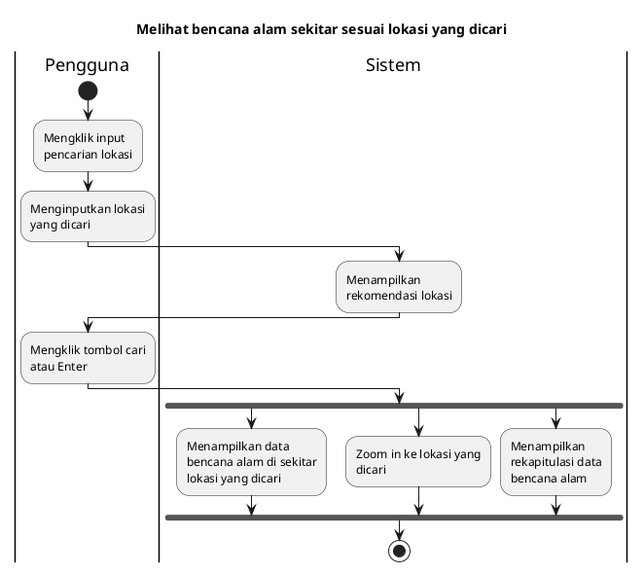
The PlantUML diagram export/Activity Diagrams/UC-MAP - Peta Bencana/UC-MAP-002 - Melihat bencana alam sekitar sesuai lokasi yang dicari.png in bagusNA/appl-diagrams, before a commit.
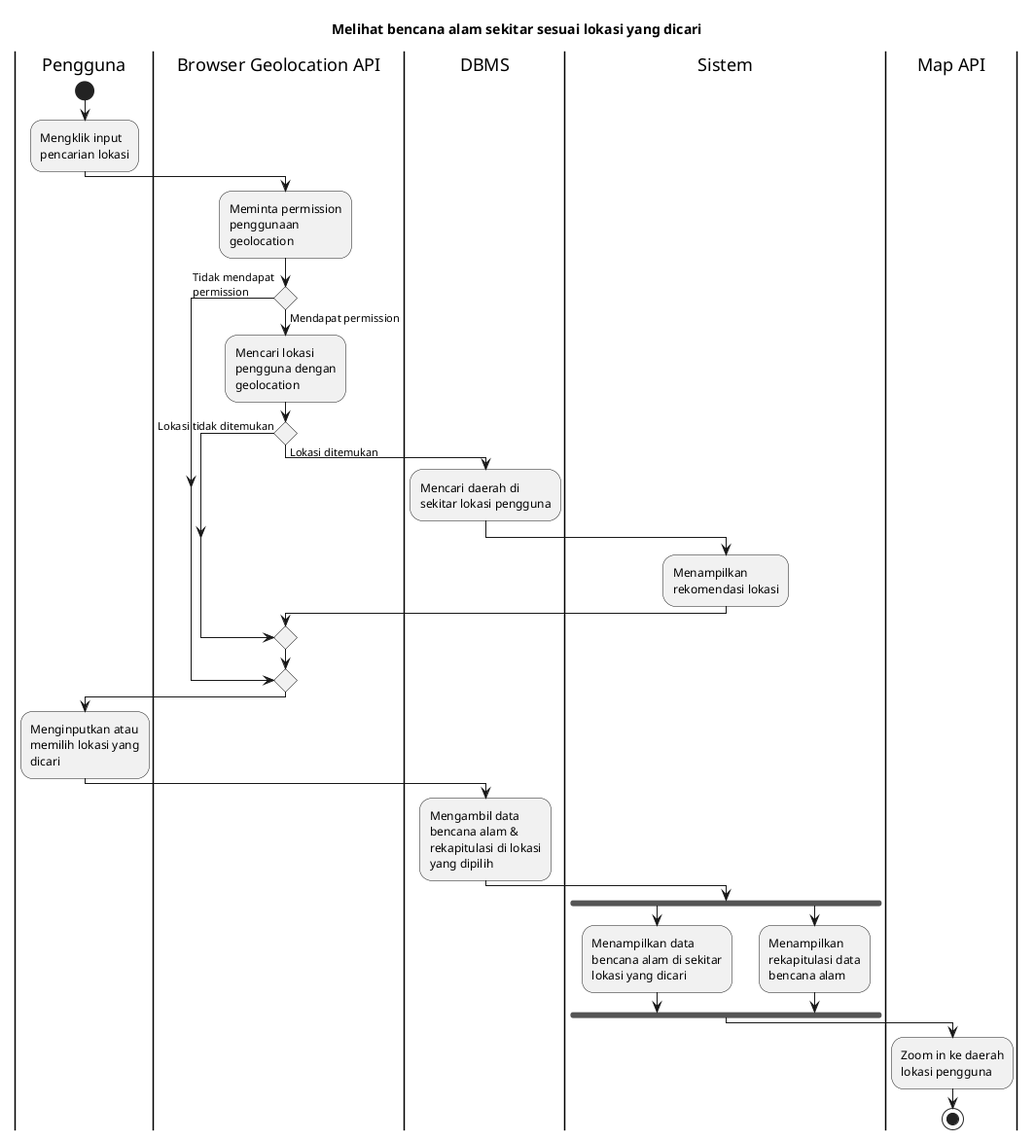
After the commit.

The edit, as a diff of the source:
```diff
@@ -6,22 +6,40 @@
 |Pengguna|
 start
 :Mengklik input pencarian lokasi;
-:Menginputkan lokasi yang dicari;
+
+|Browser Geolocation API|
+:Meminta permission penggunaan geolocation;
+
+if () then (Mendapat permission)
+  :Mencari lokasi pengguna dengan geolocation;
+
+  if () then (Lokasi tidak ditemukan)
+  else (Lokasi ditemukan)
+    |DBMS|
+    :Mencari daerah di sekitar lokasi pengguna;
+
+    |Sistem|
+    :Menampilkan rekomendasi lokasi;
+  endif
+
+else (Tidak mendapat permission)
+endif
+
+|Pengguna|
+:Menginputkan atau memilih lokasi yang dicari;
+
+|DBMS|
+:Mengambil data bencana alam & rekapitulasi di lokasi yang dipilih;
 
 |Sistem|
-:Menampilkan rekomendasi lokasi;
+fork
+  :Menampilkan data bencana alam di sekitar lokasi yang dicari;
+fork again
+  :Menampilkan rekapitulasi data bencana alam;
+endfork
 
-|Pengguna|
-:Mengklik tombol cari atau Enter;
-
-|Sistem|
-  fork
-    :Menampilkan data bencana alam di sekitar lokasi yang dicari;
-  fork again
-    :Zoom in ke lokasi yang dicari;
-  fork again
-    :Menampilkan rekapitulasi data bencana alam;
-  endfork
+|Map API|
+:Zoom in ke daerah lokasi pengguna;
 
 stop
 @enduml
```
